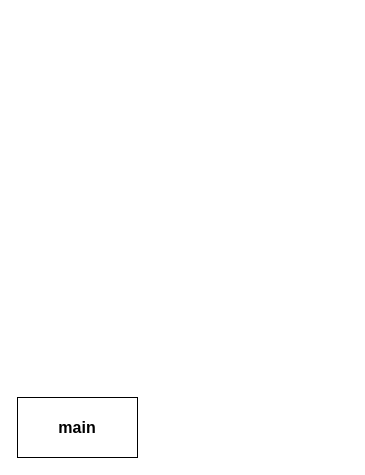
This is rosX.drawio from Jev0987/drawioFile, a draw.io file, before an edit. Source tidied: cells renumbered, new cells numbered last; positions are measured from the earlier drawing's top-left corner, leaving out a move shared by most shapes. Both pictures are drawn from the tidied source at 100%, with x=0, y=0 at pixel (17, 397).
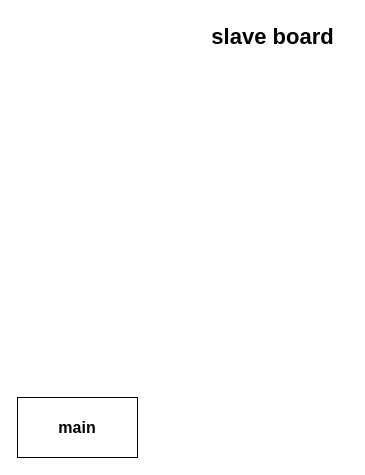
After the change.

What changed in the source:
```diff
@@
 <mxGraphModel>
   <root>
     <mxCell id="0" />
     <mxCell id="1" parent="0" />
     <mxCell id="2" value="&lt;b&gt;main&lt;/b&gt;" style="whiteSpace=wrap;html=1;fontSize=16;" parent="1" vertex="1">
       <mxGeometry width="120" height="60" as="geometry" />
     </mxCell>
+    <mxCell id="3" value="&lt;b&gt;slave board&lt;/b&gt;" style="text;html=1;align=center;verticalAlign=middle;strokeColor=none;fillColor=none;fontSize=22;" parent="1" vertex="1">
+      <mxGeometry x="180" y="-380" width="150" height="40" as="geometry" />
+    </mxCell>
   </root>
 </mxGraphModel>
```
